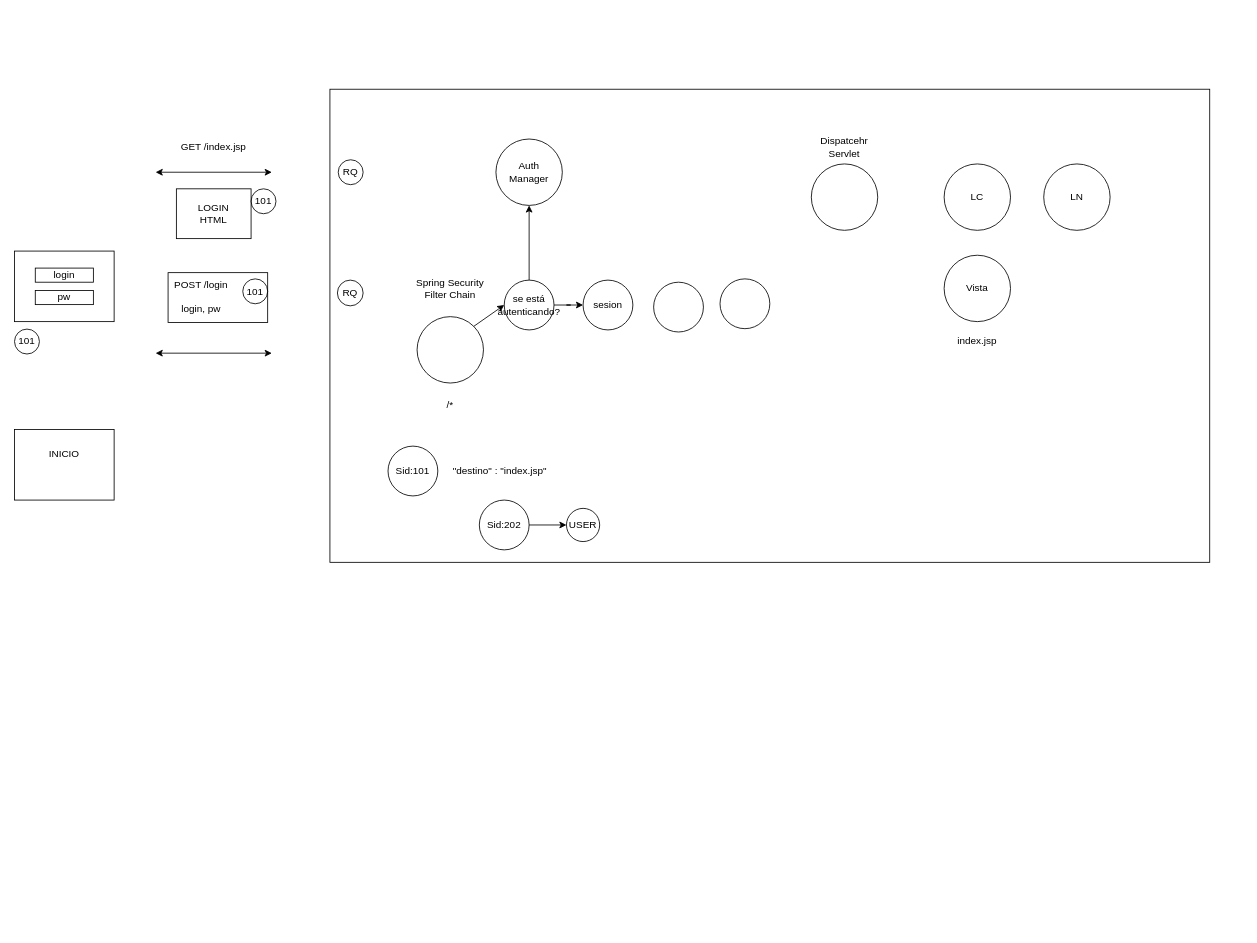
Above: page "Página-16" (16 of 19) of dibujos.drawio in lrag/seguridad_java (draw.io), before the change. Source tidied: cells renumbered, new cells numbered last; positions are measured from the earlier drawing's top-left corner, leaving out a move shared by most shapes. Both pictures are drawn from the tidied source at 83%, with x=0, y=0 at pixel (14, 89).
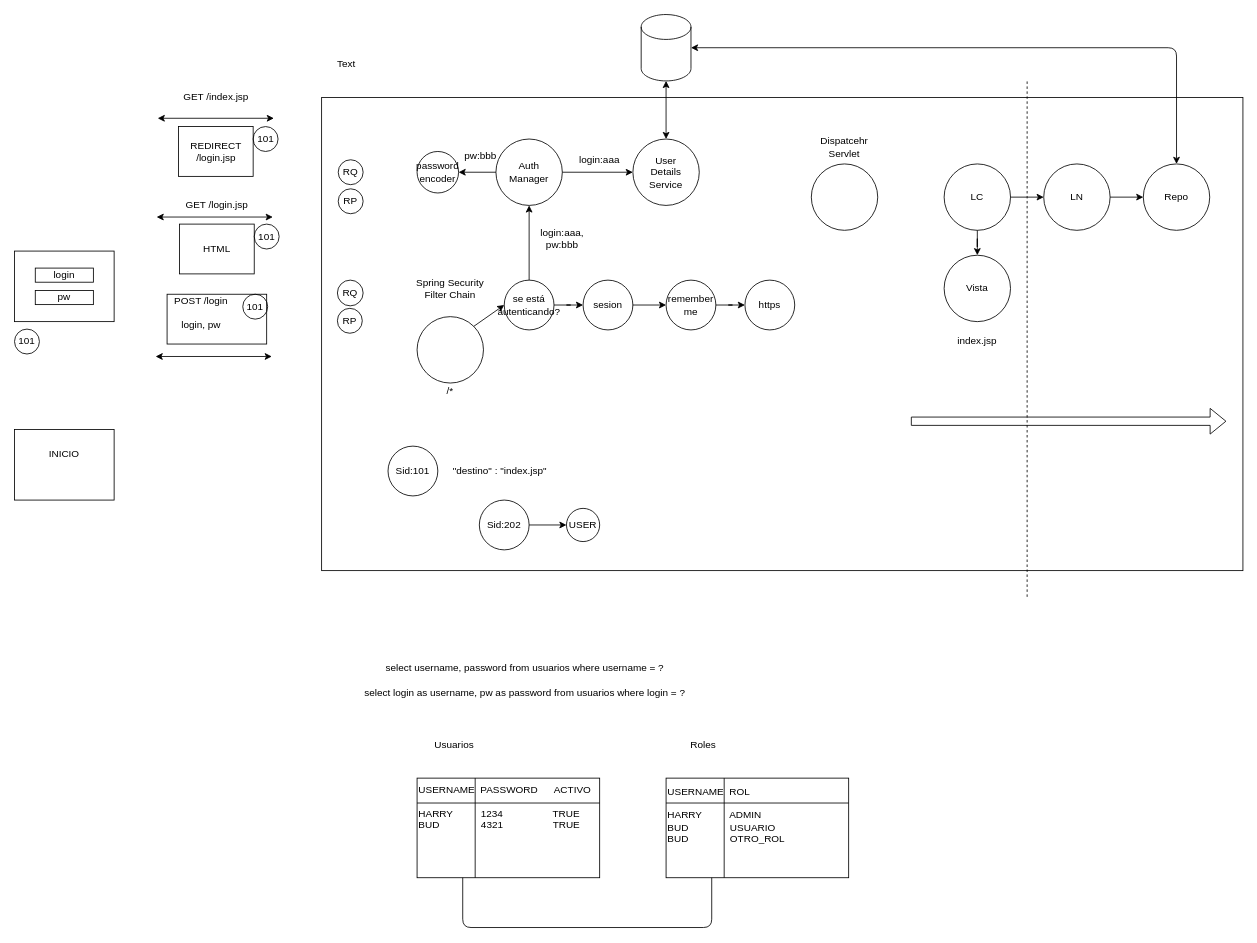
After the change.

Unchanged cells that the change refers to:
```xml
<mxCell id="6" value="LC" style="ellipse;whiteSpace=wrap;html=1;fillColor=none;" parent="1" vertex="1">
  <mxGeometry x="1120" y="90" width="80" height="80" as="geometry" />
</mxCell>
<mxCell id="7" value="Vista" style="ellipse;whiteSpace=wrap;html=1;fillColor=none;" parent="1" vertex="1">
  <mxGeometry x="1120" y="200" width="80" height="80" as="geometry" />
</mxCell>
<mxCell id="8" value="LN" style="ellipse;whiteSpace=wrap;html=1;fillColor=none;" parent="1" vertex="1">
  <mxGeometry x="1240" y="90" width="80" height="80" as="geometry" />
</mxCell>
<mxCell id="13" value="sesion" style="ellipse;whiteSpace=wrap;html=1;fillColor=none;" parent="1" vertex="1">
  <mxGeometry x="685" y="230" width="60" height="60" as="geometry" />
</mxCell>
<mxCell id="17" value="Auth&lt;br&gt;Manager" style="ellipse;whiteSpace=wrap;html=1;fillColor=none;" parent="1" vertex="1">
  <mxGeometry x="580" y="60" width="80" height="80" as="geometry" />
</mxCell>
```

Change to the diagram source:
```diff
@@
     <mxCell id="2" style="rounded=0;whiteSpace=wrap;html=1;fillColor=none;" parent="1" vertex="1">
-      <mxGeometry x="380" width="1060" height="570" as="geometry" />
+      <mxGeometry x="370" y="10" width="1110" height="570" as="geometry" />
     </mxCell>
@@
     <mxCell id="5" value="/*" style="text;html=1;strokeColor=none;fillColor=none;align=center;verticalAlign=middle;whiteSpace=wrap;rounded=0;" parent="1" vertex="1">
-      <mxGeometry x="505" y="370" width="40" height="20" as="geometry" />
+      <mxGeometry x="505" y="354" width="40" height="20" as="geometry" />
     </mxCell>
+    <mxCell id="41" style="edgeStyle=orthogonalEdgeStyle;rounded=0;jettySize=auto;html=1;entryX=0;entryY=0.5;entryDx=0;entryDy=0;" parent="1" edge="1" source="6" target="8">
+      <mxGeometry relative="1" as="geometry" />
+    </mxCell>
+    <mxCell id="42" style="edgeStyle=orthogonalEdgeStyle;rounded=0;jettySize=auto;html=1;" parent="1" edge="1" source="6" target="7">
+      <mxGeometry relative="1" as="geometry" />
+    </mxCell>
@@
+    <mxCell id="43" style="edgeStyle=orthogonalEdgeStyle;rounded=0;jettySize=auto;html=1;entryX=0;entryY=0.5;entryDx=0;entryDy=0;" parent="1" edge="1" source="8" target="68">
+      <mxGeometry relative="1" as="geometry" />
+    </mxCell>
@@
+    <mxCell id="44" style="edgeStyle=orthogonalEdgeStyle;rounded=0;jettySize=auto;html=1;entryX=0;entryY=0.5;entryDx=0;entryDy=0;" parent="1" edge="1" source="13" target="14">
+      <mxGeometry relative="1" as="geometry" />
+    </mxCell>
@@
+    <mxCell id="45" style="edgeStyle=orthogonalEdgeStyle;rounded=0;jettySize=auto;html=1;entryX=0;entryY=0.5;entryDx=0;entryDy=0;" parent="1" edge="1" source="14" target="15">
+      <mxGeometry relative="1" as="geometry" />
+    </mxCell>
-    <mxCell id="14" style="ellipse;whiteSpace=wrap;html=1;fillColor=none;" parent="1" vertex="1">
-      <mxGeometry x="770" y="232.5" width="60" height="60" as="geometry" />
+    <mxCell id="14" value="remember&lt;br&gt;me" style="ellipse;whiteSpace=wrap;html=1;fillColor=none;" parent="1" vertex="1">
+      <mxGeometry x="785" y="230" width="60" height="60" as="geometry" />
     </mxCell>
-    <mxCell id="15" style="ellipse;whiteSpace=wrap;html=1;fillColor=none;" parent="1" vertex="1">
-      <mxGeometry x="850" y="228.5" width="60" height="60" as="geometry" />
+    <mxCell id="15" value="https" style="ellipse;whiteSpace=wrap;html=1;fillColor=none;" parent="1" vertex="1">
+      <mxGeometry x="880" y="230" width="60" height="60" as="geometry" />
     </mxCell>
@@
+    <mxCell id="46" style="edgeStyle=orthogonalEdgeStyle;rounded=0;jettySize=auto;html=1;entryX=0;entryY=0.5;entryDx=0;entryDy=0;" parent="1" edge="1" source="17" target="53">
+      <mxGeometry relative="1" as="geometry" />
+    </mxCell>
+    <mxCell id="47" style="edgeStyle=orthogonalEdgeStyle;rounded=0;jettySize=auto;html=1;entryX=1;entryY=0.5;entryDx=0;entryDy=0;" parent="1" edge="1" source="17" target="64">
+      <mxGeometry relative="1" as="geometry" />
+    </mxCell>
@@
     <mxCell id="18" style="endArrow=classic;startArrow=classic;html=1;" parent="1" edge="1">
       <mxGeometry relative="1" as="geometry">
-        <mxPoint x="170" y="100" as="sourcePoint" />
-        <mxPoint x="310" y="100" as="targetPoint" />
+        <mxPoint x="172.5" y="35" as="sourcePoint" />
+        <mxPoint x="312.5" y="35" as="targetPoint" />
       </mxGeometry>
     </mxCell>
     <mxCell id="19" value="GET /index.jsp" style="text;html=1;strokeColor=none;fillColor=none;align=center;verticalAlign=middle;whiteSpace=wrap;rounded=0;" parent="1" vertex="1">
-      <mxGeometry x="190" y="60" width="100" height="20" as="geometry" />
+      <mxGeometry x="192.5" width="100" height="20" as="geometry" />
     </mxCell>
@@
-    <mxCell id="22" value="LOGIN&lt;br&gt;HTML" style="rounded=0;whiteSpace=wrap;html=1;fillColor=none;" parent="1" vertex="1">
-      <mxGeometry x="195" y="120" width="90" height="60" as="geometry" />
+    <mxCell id="22" value="REDIRECT&lt;br&gt;/login.jsp" style="rounded=0;whiteSpace=wrap;html=1;fillColor=none;" parent="1" vertex="1">
+      <mxGeometry x="197.5" y="45" width="90" height="60" as="geometry" />
     </mxCell>
@@
     <mxCell id="26" style="endArrow=classic;startArrow=classic;html=1;" parent="1" edge="1">
       <mxGeometry relative="1" as="geometry">
-        <mxPoint x="170" y="318" as="sourcePoint" />
-        <mxPoint x="310" y="318" as="targetPoint" />
+        <mxPoint x="170" y="322" as="sourcePoint" />
+        <mxPoint x="310" y="322" as="targetPoint" />
       </mxGeometry>
     </mxCell>
     <mxCell id="27" value="POST /login&lt;br&gt;&lt;br&gt;login, pw" style="text;html=1;strokeColor=none;fillColor=none;align=center;verticalAlign=middle;whiteSpace=wrap;rounded=0;" parent="1" vertex="1">
-      <mxGeometry x="175" y="239" width="100" height="22.5" as="geometry" />
+      <mxGeometry x="175" y="257.5" width="100" height="22.5" as="geometry" />
     </mxCell>
@@
     <mxCell id="32" value="101" style="ellipse;whiteSpace=wrap;html=1;fillColor=none;" parent="1" vertex="1">
-      <mxGeometry x="285" y="120" width="30" height="30" as="geometry" />
+      <mxGeometry x="287.5" y="45" width="30" height="30" as="geometry" />
     </mxCell>
@@
     <mxCell id="34" value="101" style="ellipse;whiteSpace=wrap;html=1;fillColor=none;" parent="1" vertex="1">
-      <mxGeometry x="275" y="228.5" width="30" height="30" as="geometry" />
+      <mxGeometry x="275" y="247" width="30" height="30" as="geometry" />
     </mxCell>
     <mxCell id="35" style="rounded=0;whiteSpace=wrap;html=1;fillColor=none;" parent="1" vertex="1">
-      <mxGeometry x="185" y="221" width="120" height="60" as="geometry" />
+      <mxGeometry x="183.8" y="247" width="120" height="60" as="geometry" />
     </mxCell>
@@
+    <mxCell id="48" value="Text" style="text;html=1;strokeColor=none;fillColor=none;align=center;verticalAlign=middle;whiteSpace=wrap;rounded=0;" parent="1" vertex="1">
+      <mxGeometry x="380" y="-40" width="40" height="20" as="geometry" />
+    </mxCell>
+    <mxCell id="49" style="endArrow=classic;startArrow=classic;html=1;" parent="1" edge="1">
+      <mxGeometry relative="1" as="geometry">
+        <mxPoint x="171.2" y="154" as="sourcePoint" />
+        <mxPoint x="311.2" y="154" as="targetPoint" />
+      </mxGeometry>
+    </mxCell>
+    <mxCell id="50" value="GET /login.jsp" style="text;html=1;strokeColor=none;fillColor=none;align=center;verticalAlign=middle;whiteSpace=wrap;rounded=0;" parent="1" vertex="1">
+      <mxGeometry x="193.8" y="130" width="100" height="20" as="geometry" />
+    </mxCell>
+    <mxCell id="51" value="HTML" style="rounded=0;whiteSpace=wrap;html=1;fillColor=none;" parent="1" vertex="1">
+      <mxGeometry x="198.8" y="162.5" width="90" height="60" as="geometry" />
+    </mxCell>
+    <mxCell id="52" value="101" style="ellipse;whiteSpace=wrap;html=1;fillColor=none;" parent="1" vertex="1">
+      <mxGeometry x="288.8" y="162.5" width="30" height="30" as="geometry" />
+    </mxCell>
+    <mxCell id="53" value="User&lt;br&gt;Details&lt;br&gt;Service" style="ellipse;whiteSpace=wrap;html=1;" parent="1" vertex="1">
+      <mxGeometry x="745" y="60" width="80" height="80" as="geometry" />
+    </mxCell>
+    <mxCell id="54" style="shape=cylinder3;whiteSpace=wrap;html=1;boundedLbl=1;backgroundOutline=1;size=15;" parent="1" vertex="1">
+      <mxGeometry x="755" y="-90" width="60" height="80" as="geometry" />
+    </mxCell>
+    <mxCell id="55" style="endArrow=classic;startArrow=classic;html=1;exitX=0.5;exitY=0;exitDx=0;exitDy=0;entryX=0.5;entryY=1;entryDx=0;entryDy=0;entryPerimeter=0;" parent="1" edge="1" source="53" target="54">
+      <mxGeometry relative="1" as="geometry" />
+    </mxCell>
+    <mxCell id="56" style="shape=internalStorage;whiteSpace=wrap;html=1;backgroundOutline=1;dx=70;dy=30;" parent="1" vertex="1">
+      <mxGeometry x="485" y="830" width="220" height="120" as="geometry" />
+    </mxCell>
+    <mxCell id="57" value="Usuarios" style="text;html=1;strokeColor=none;fillColor=none;align=center;verticalAlign=middle;whiteSpace=wrap;rounded=0;" parent="1" vertex="1">
+      <mxGeometry x="510" y="780" width="40" height="20" as="geometry" />
+    </mxCell>
+    <mxCell id="58" value="USERNAME&amp;nbsp; PASSWORD&amp;nbsp; &amp;nbsp; &amp;nbsp; ACTIVO&lt;br&gt;&lt;br&gt;HARRY&amp;nbsp; &amp;nbsp; &amp;nbsp; &amp;nbsp; &amp;nbsp; 1234&amp;nbsp; &amp;nbsp; &amp;nbsp; &amp;nbsp; &amp;nbsp; &amp;nbsp; &amp;nbsp; &amp;nbsp; &amp;nbsp; TRUE&lt;br&gt;BUD&amp;nbsp; &amp;nbsp; &amp;nbsp; &amp;nbsp; &amp;nbsp; &amp;nbsp; &amp;nbsp; &amp;nbsp;4321&amp;nbsp; &amp;nbsp; &amp;nbsp; &amp;nbsp; &amp;nbsp; &amp;nbsp; &amp;nbsp; &amp;nbsp; &amp;nbsp; TRUE" style="text;html=1;strokeColor=none;fillColor=none;align=left;verticalAlign=middle;whiteSpace=wrap;rounded=0;" parent="1" vertex="1">
+      <mxGeometry x="485" y="800" width="225" height="130" as="geometry" />
+    </mxCell>
+    <mxCell id="59" style="shape=internalStorage;whiteSpace=wrap;html=1;backgroundOutline=1;dx=70;dy=30;" parent="1" vertex="1">
+      <mxGeometry x="785" y="830" width="220" height="120" as="geometry" />
+    </mxCell>
+    <mxCell id="60" value="Roles" style="text;html=1;strokeColor=none;fillColor=none;align=center;verticalAlign=middle;whiteSpace=wrap;rounded=0;" parent="1" vertex="1">
+      <mxGeometry x="810" y="780" width="40" height="20" as="geometry" />
+    </mxCell>
+    <mxCell id="61" value="USERNAME&amp;nbsp; ROL&lt;br&gt;&lt;br&gt;HARRY&amp;nbsp; &amp;nbsp; &amp;nbsp; &amp;nbsp; &amp;nbsp; ADMIN&lt;br&gt;BUD&amp;nbsp; &amp;nbsp; &amp;nbsp; &amp;nbsp; &amp;nbsp; &amp;nbsp; &amp;nbsp; &amp;nbsp;USUARIO&lt;br&gt;BUD&amp;nbsp; &amp;nbsp; &amp;nbsp; &amp;nbsp; &amp;nbsp; &amp;nbsp; &amp;nbsp; &amp;nbsp;OTRO_ROL" style="text;html=1;strokeColor=none;fillColor=none;align=left;verticalAlign=middle;whiteSpace=wrap;rounded=0;" parent="1" vertex="1">
+      <mxGeometry x="785" y="820" width="220" height="110" as="geometry" />
+    </mxCell>
+    <mxCell id="62" style="endArrow=none;html=1;exitX=0.25;exitY=1;exitDx=0;exitDy=0;entryX=0.25;entryY=1;entryDx=0;entryDy=0;" parent="1" edge="1" source="56" target="59">
+      <mxGeometry relative="1" as="geometry">
+        <Array as="points">
+          <mxPoint x="540" y="1010" />
+          <mxPoint x="840" y="1010" />
+        </Array>
+      </mxGeometry>
+    </mxCell>
+    <mxCell id="63" value="select username, password from usuarios where username = ?&lt;br&gt;&lt;br&gt;select login as username, pw as password from usuarios where login = ?" style="text;html=1;strokeColor=none;fillColor=none;align=center;verticalAlign=middle;whiteSpace=wrap;rounded=0;" parent="1" vertex="1">
+      <mxGeometry x="400" y="680" width="430" height="63" as="geometry" />
+    </mxCell>
+    <mxCell id="64" value="password&lt;br&gt;encoder" style="ellipse;whiteSpace=wrap;html=1;" parent="1" vertex="1">
+      <mxGeometry x="485" y="75" width="50" height="50" as="geometry" />
+    </mxCell>
+    <mxCell id="65" value="login:aaa, pw:bbb" style="text;html=1;strokeColor=none;fillColor=none;align=center;verticalAlign=middle;whiteSpace=wrap;rounded=0;" parent="1" vertex="1">
+      <mxGeometry x="640" y="170" width="40" height="20" as="geometry" />
+    </mxCell>
+    <mxCell id="66" value="login:aaa" style="text;html=1;strokeColor=none;fillColor=none;align=center;verticalAlign=middle;whiteSpace=wrap;rounded=0;" parent="1" vertex="1">
+      <mxGeometry x="685" y="75" width="40" height="20" as="geometry" />
+    </mxCell>
+    <mxCell id="67" value="&amp;nbsp;pw:bbb" style="text;html=1;strokeColor=none;fillColor=none;align=center;verticalAlign=middle;whiteSpace=wrap;rounded=0;" parent="1" vertex="1">
+      <mxGeometry x="540" y="70" width="40" height="20" as="geometry" />
+    </mxCell>
+    <mxCell id="68" value="Repo" style="ellipse;whiteSpace=wrap;html=1;fillColor=none;" parent="1" vertex="1">
+      <mxGeometry x="1360" y="90" width="80" height="80" as="geometry" />
+    </mxCell>
+    <mxCell id="69" style="endArrow=classic;startArrow=classic;html=1;exitX=1;exitY=0.5;exitDx=0;exitDy=0;exitPerimeter=0;entryX=0.5;entryY=0;entryDx=0;entryDy=0;" parent="1" edge="1" source="54" target="68">
+      <mxGeometry relative="1" as="geometry">
+        <Array as="points">
+          <mxPoint x="1400" y="-50" />
+        </Array>
+      </mxGeometry>
+    </mxCell>
+    <mxCell id="70" value="RP" style="ellipse;whiteSpace=wrap;html=1;fillColor=none;" parent="1" vertex="1">
+      <mxGeometry x="390" y="120" width="30" height="30" as="geometry" />
+    </mxCell>
+    <mxCell id="71" value="RP" style="ellipse;whiteSpace=wrap;html=1;fillColor=none;" parent="1" vertex="1">
+      <mxGeometry x="389" y="264" width="30" height="30" as="geometry" />
+    </mxCell>
+    <mxCell id="72" style="endArrow=none;dashed=1;html=1;" parent="1" edge="1">
+      <mxGeometry relative="1" as="geometry">
+        <mxPoint x="1220" y="611.6" as="sourcePoint" />
+        <mxPoint x="1220" y="-10" as="targetPoint" />
+      </mxGeometry>
+    </mxCell>
+    <mxCell id="73" style="shape=flexArrow;endArrow=classic;html=1;" parent="1" edge="1">
+      <mxGeometry relative="1" as="geometry">
+        <mxPoint x="1080" y="400" as="sourcePoint" />
+        <mxPoint x="1460" y="400" as="targetPoint" />
+      </mxGeometry>
+    </mxCell>
```
